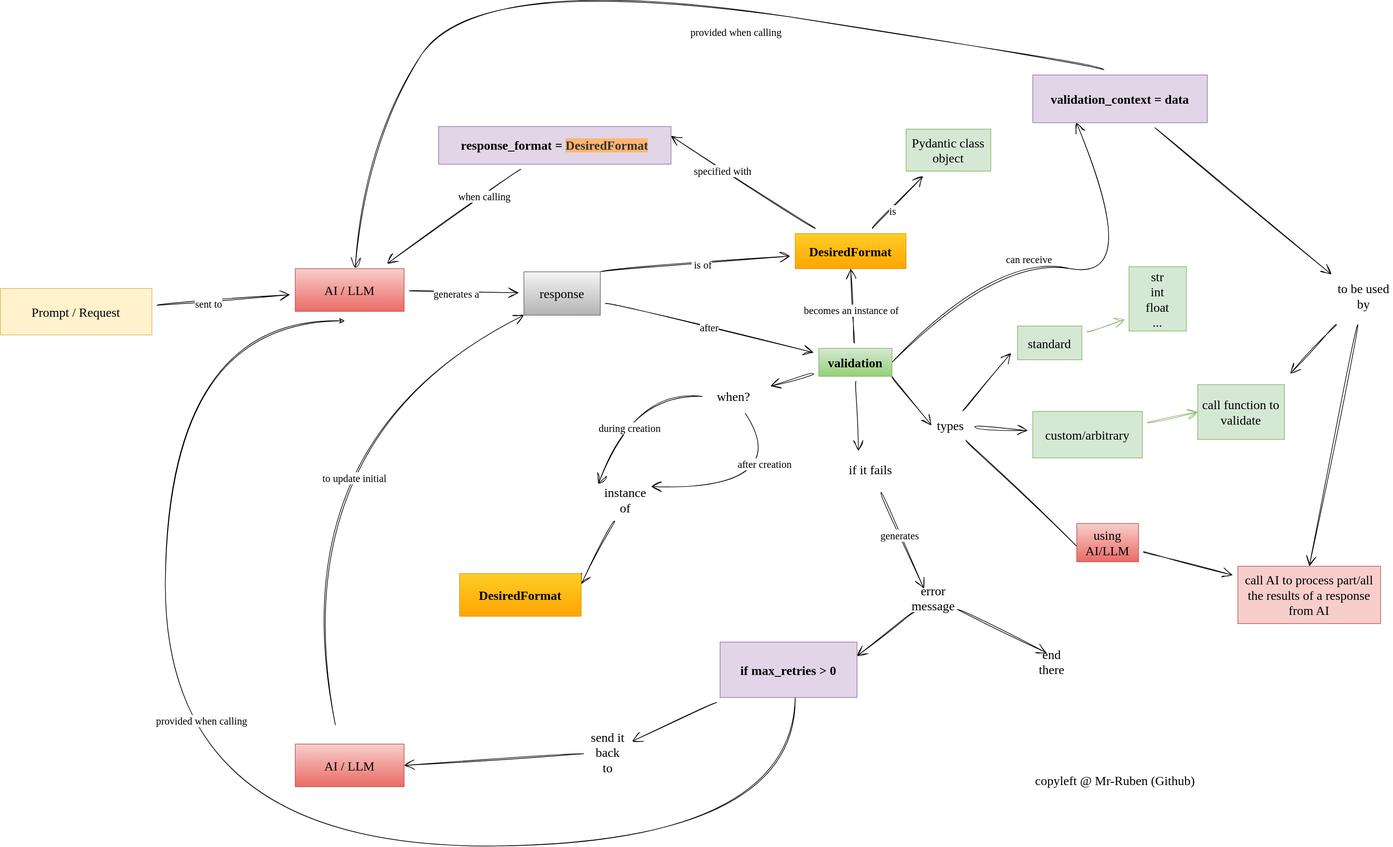
The draw.io diagram Instructor_Python_library_with_Pydantic_and_OpenAI.drawio.svg in Mr-Ruben/public, before a commit. Source tidied: cells renumbered, new cells last; positions are measured from the earlier drawing's top-left corner, leaving out a move shared by most shapes.
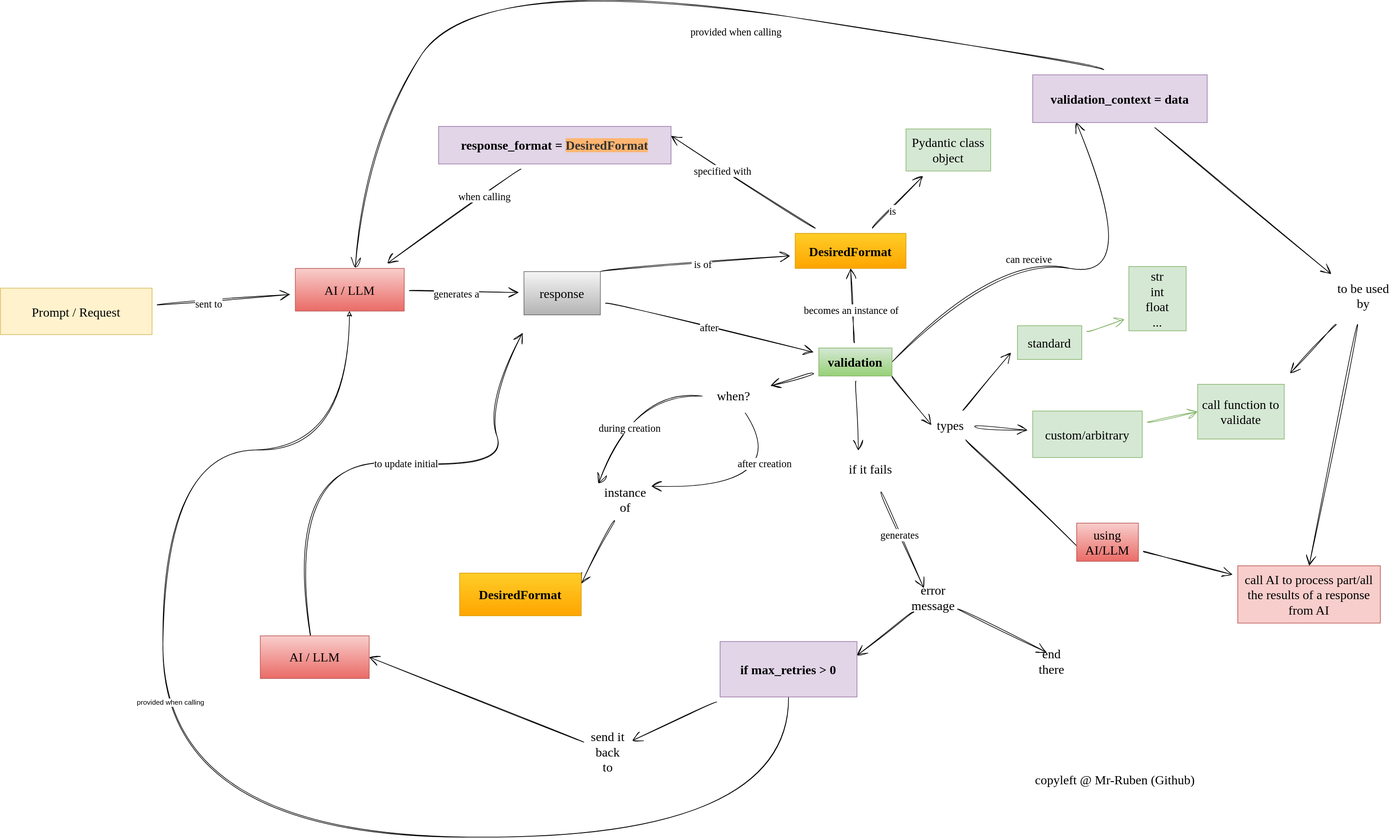
The same file after the commit.

The edit, as a diff of the source:
```diff
@@ -144,21 +144,24 @@
     <mxCell id="41" style="edgeStyle=none;curved=1;rounded=0;sketch=1;hachureGap=4;jiggle=2;curveFitting=1;jettySize=auto;html=1;entryX=0.367;entryY=0.033;entryDx=0;entryDy=0;entryPerimeter=0;fontFamily=Architects Daughter;fontSource=https%3A%2F%2Ffonts.googleapis.com%2Fcss%3Ffamily%3DArchitects%2BDaughter;fontSize=16;startSize=14;endArrow=open;endSize=14;sourcePerimeterSpacing=8;targetPerimeterSpacing=8;" parent="1" edge="1" source="37" target="38">
       <mxGeometry relative="1" as="geometry" />
     </mxCell>
-    <mxCell id="42" style="edgeStyle=none;curved=1;rounded=0;sketch=1;hachureGap=4;jiggle=2;curveFitting=1;jettySize=auto;html=1;entryX=0;entryY=1;entryDx=0;entryDy=0;fontFamily=Architects Daughter;fontSource=https%3A%2F%2Ffonts.googleapis.com%2Fcss%3Ffamily%3DArchitects%2BDaughter;fontSize=16;startSize=14;endArrow=open;endSize=14;sourcePerimeterSpacing=8;targetPerimeterSpacing=8;" parent="1" edge="1" target="11">
+    <mxCell id="42" style="edgeStyle=none;curved=1;rounded=0;sketch=1;hachureGap=4;jiggle=2;curveFitting=1;orthogonalLoop=1;jettySize=auto;html=1;entryX=0;entryY=1;entryDx=0;entryDy=0;fontFamily=Architects Daughter;fontSource=https%3A%2F%2Ffonts.googleapis.com%2Fcss%3Ffamily%3DArchitects%2BDaughter;fontSize=16;startSize=14;endArrow=open;endSize=14;sourcePerimeterSpacing=8;targetPerimeterSpacing=8;exitX=0.5;exitY=0;exitDx=0;exitDy=0;" parent="1" edge="1">
       <mxGeometry relative="1" as="geometry">
-        <mxPoint x="526" y="1184" as="sourcePoint" />
+        <mxPoint x="491.5" y="1073" as="sourcePoint" />
+        <mxPoint x="820" y="569" as="targetPoint" />
         <Array as="points">
-          <mxPoint x="438" y="735" />
+          <mxPoint x="436" y="763" />
+          <mxPoint x="799" y="784" />
+          <mxPoint x="761" y="681" />
         </Array>
       </mxGeometry>
     </mxCell>
     <mxCell id="43" value="to update initial" style="edgeLabel;html=1;align=center;verticalAlign=middle;fontSize=16;sketch=1;hachureGap=4;jiggle=2;curveFitting=1;fontFamily=Architects Daughter;fontSource=https%3A%2F%2Ffonts.googleapis.com%2Fcss%3Ffamily%3DArchitects%2BDaughter;" parent="42" vertex="1">
       <mxGeometry x="-0.5" y="-127" relative="1" as="geometry">
-        <mxPoint x="-52" y="-145" as="offset" />
+        <mxPoint x="60" y="-52" as="offset" />
       </mxGeometry>
     </mxCell>
     <mxCell id="44" value="AI / LLM" style="text;strokeColor=#b85450;align=center;fillColor=#f8cecc;html=1;verticalAlign=middle;whiteSpace=wrap;rounded=0;fontSize=20;fontFamily=Architects Daughter;fontSource=https%3A%2F%2Ffonts.googleapis.com%2Fcss%3Ffamily%3DArchitects%2BDaughter;gradientColor=#ea6b66;" parent="1" vertex="1">
-      <mxGeometry x="463" y="1214" width="171" height="67" as="geometry" />
+      <mxGeometry x="408" y="1045" width="171" height="67" as="geometry" />
     </mxCell>
     <mxCell id="45" style="edgeStyle=none;curved=1;rounded=0;sketch=1;hachureGap=4;jiggle=2;curveFitting=1;jettySize=auto;html=1;fontFamily=Architects Daughter;fontSource=https%3A%2F%2Ffonts.googleapis.com%2Fcss%3Ffamily%3DArchitects%2BDaughter;fontSize=16;startSize=14;endArrow=open;endSize=14;sourcePerimeterSpacing=8;targetPerimeterSpacing=8;entryX=0.25;entryY=1;entryDx=0;entryDy=0;" parent="1" edge="1" source="46" target="52">
       <mxGeometry relative="1" as="geometry" />
@@ -241,18 +244,21 @@
     <mxCell id="68" style="edgeStyle=none;curved=1;rounded=0;sketch=1;hachureGap=4;jiggle=2;curveFitting=1;jettySize=auto;html=1;fontFamily=Architects Daughter;fontSource=https%3A%2F%2Ffonts.googleapis.com%2Fcss%3Ffamily%3DArchitects%2BDaughter;fontSize=16;startSize=14;endArrow=open;endSize=14;sourcePerimeterSpacing=8;targetPerimeterSpacing=8;" parent="1" edge="1" source="71" target="40">
       <mxGeometry relative="1" as="geometry" />
     </mxCell>
-    <mxCell id="69" style="edgeStyle=orthogonalEdgeStyle;rounded=0;jettySize=auto;html=1;curved=1;sketch=1;curveFitting=1;jiggle=2;" parent="1" edge="1" source="71">
-      <mxGeometry relative="1" as="geometry">
-        <mxPoint x="540.8" y="549.9" as="targetPoint" />
-        <Array as="points">
-          <mxPoint x="1248" y="1374" />
-          <mxPoint x="259" y="1374" />
-          <mxPoint x="259" y="550" />
-        </Array>
-      </mxGeometry>
-    </mxCell>
+    <mxCell id="74" style="edgeStyle=orthogonalEdgeStyle;rounded=0;jettySize=auto;html=1;curved=1;sketch=1;curveFitting=1;jiggle=2;" parent="1" edge="1" source="71" target="7">
+      <mxGeometry relative="1" as="geometry">
+        <Array as="points">
+          <mxPoint x="1238" y="1361" />
+          <mxPoint x="255" y="1361" />
+          <mxPoint x="255" y="753" />
+          <mxPoint x="548" y="753" />
+        </Array>
+      </mxGeometry>
+    </mxCell>
+    <mxCell id="75" value="&lt;span style=&quot;color: rgba(0, 0, 0, 0); font-family: monospace; font-size: 0px; text-align: start; background-color: rgb(251, 251, 251);&quot;&gt;%3CmxGraphModel%3E%3Croot%3E%3CmxCell%20id%3D%220%22%2F%3E%3CmxCell%20id%3D%221%22%20parent%3D%220%22%2F%3E%3CmxCell%20id%3D%222%22%20value%3D%22%26lt%3Bspan%20style%3D%26quot%3Bfont-family%3A%20%26amp%3Bquot%3BArchitects%20Daughter%26amp%3Bquot%3B%3B%20font-size%3A%2016px%3B%26quot%3B%26gt%3Bprovided%20when%20calling%26lt%3B%2Fspan%26gt%3B%22%20style%3D%22edgeLabel%3Bhtml%3D1%3Balign%3Dcenter%3BverticalAlign%3Dmiddle%3Bresizable%3D0%3Bpoints%3D%5B%5D%3B%22%20vertex%3D%221%22%20connectable%3D%220%22%20parent%3D%221%22%3E%3CmxGeometry%20x%3D%22-280.0588235294117%22%20y%3D%22881.1176470588239%22%20as%3D%22geometry%22%2F%3E%3C%2FmxCell%3E%3C%2Froot%3E%3C%2FmxGraphModel%3E&lt;/span&gt;" style="edgeLabel;html=1;align=center;verticalAlign=middle;" parent="74" vertex="1">
+      <mxGeometry x="0.22" y="-9" relative="1" as="geometry" />
+    </mxCell>
-    <mxCell id="70" value="&lt;span style=&quot;font-family: &amp;quot;Architects Daughter&amp;quot;; font-size: 16px;&quot;&gt;provided when calling&lt;/span&gt;" style="edgeLabel;html=1;align=center;verticalAlign=middle;" parent="69" vertex="1">
-      <mxGeometry x="0.22" y="-56" relative="1" as="geometry" />
+    <mxCell id="70" value="provided when calling" style="edgeLabel;html=1;align=center;verticalAlign=middle;" parent="74" vertex="1">
+      <mxGeometry x="0.22" y="-11" relative="1" as="geometry" />
     </mxCell>
     <mxCell id="71" value="if max_retries &amp;gt; 0" style="text;strokeColor=#9673a6;align=center;fillColor=#e1d5e7;html=1;verticalAlign=middle;whiteSpace=wrap;rounded=0;fontSize=20;fontFamily=Architects Daughter;fontSource=https%3A%2F%2Ffonts.googleapis.com%2Fcss%3Ffamily%3DArchitects%2BDaughter;fontStyle=1;" parent="1" vertex="1">
       <mxGeometry x="1130" y="1054" width="215" height="87" as="geometry" />
```
